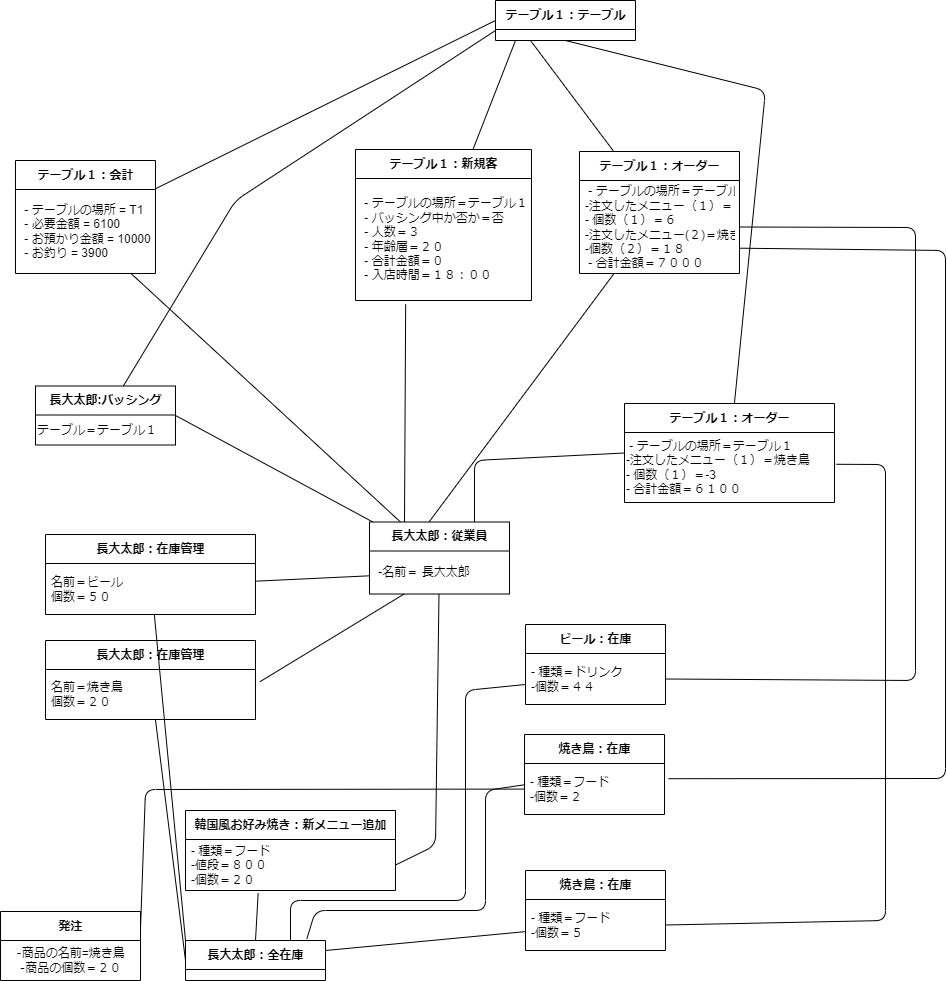
This is psp4/オブジェクト図/オブジェクト図ver2.drawio.png from MasakiHiguchi/---, a draw.io export, as it was before one commit. Source tidied: cells renumbered, new cells last; positions are measured from the earlier drawing's top-left corner, leaving out a move shared by most shapes.
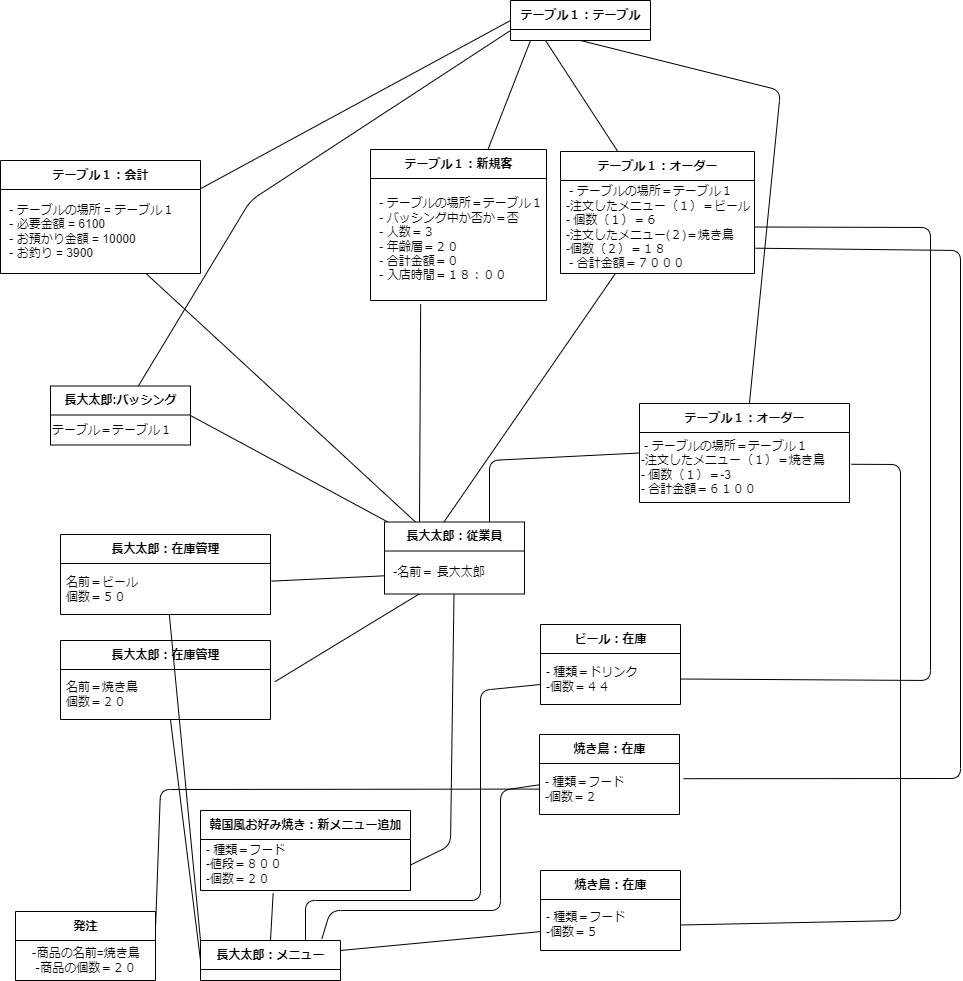
The same file after the commit.

Commit message:
5/26時点での変更

The edit, as a diff of the source:
```diff
@@ -28,10 +28,10 @@
       <mxGeometry relative="1" as="geometry" />
     </mxCell>
     <mxCell id="8" value="テーブル１：オーダー" style="swimlane;fontStyle=1;align=center;verticalAlign=middle;horizontal=1;startSize=29;html=1;" parent="1" vertex="1">
-      <mxGeometry x="579" y="151" width="160" height="122" as="geometry" />
+      <mxGeometry x="545" y="151" width="194" height="122" as="geometry" />
     </mxCell>
     <mxCell id="9" value="&amp;nbsp;- テーブルの場所＝テーブル１&lt;br&gt;-注文したメニュー（１）＝ビール&amp;nbsp;&lt;br&gt;-&amp;nbsp;個数（１）＝６&lt;br&gt;-注文したメニュー(２)＝焼き鳥&lt;br&gt;-個数（２）＝１８&lt;br&gt;&amp;nbsp;- 合計金額＝７０００" style="text;html=1;strokeColor=none;fillColor=none;align=left;verticalAlign=middle;spacingLeft=4;spacingRight=4;overflow=hidden;points=[[0,0.5],[1,0.5]];portConstraint=eastwest;" parent="8" vertex="1">
-      <mxGeometry y="29" width="160" height="93" as="geometry" />
+      <mxGeometry y="29" width="194" height="93" as="geometry" />
     </mxCell>
     <mxCell id="10" style="edgeStyle=none;html=1;exitX=0.25;exitY=0;exitDx=0;exitDy=0;entryX=0.285;entryY=1.031;entryDx=0;entryDy=0;entryPerimeter=0;endArrow=none;endFill=0;" parent="1" edge="1" source="14" target="4">
       <mxGeometry relative="1" as="geometry" />
@@ -137,7 +137,7 @@
     <mxCell id="32" value="- 種類＝フード&lt;br&gt;-値段＝８００&lt;br&gt;-個数＝２０" style="text;html=1;strokeColor=none;fillColor=none;align=left;verticalAlign=middle;spacingLeft=4;spacingRight=4;overflow=hidden;points=[[0,0.5],[1,0.5]];portConstraint=eastwest;" parent="31" vertex="1">
       <mxGeometry y="29" width="210" height="51" as="geometry" />
     </mxCell>
-    <mxCell id="33" value="長大太郎：全在庫" style="swimlane;fontStyle=1;align=center;verticalAlign=middle;horizontal=1;startSize=29;html=1;" parent="1" vertex="1">
+    <mxCell id="33" value="長大太郎：メニュー" style="swimlane;fontStyle=1;align=center;verticalAlign=middle;horizontal=1;startSize=29;html=1;" parent="1" vertex="1">
       <mxGeometry x="185" y="940" width="140" height="40" as="geometry" />
     </mxCell>
     <mxCell id="34" style="edgeStyle=none;rounded=1;sketch=0;hachureGap=4;jiggle=2;curveFitting=1;html=1;entryX=1;entryY=0.25;entryDx=0;entryDy=0;fontFamily=Architects Daughter;fontSource=https%3A%2F%2Ffonts.googleapis.com%2Fcss%3Ffamily%3DArchitects%2BDaughter;fontSize=16;endArrow=none;endFill=0;" parent="1" edge="1" source="28" target="33">
@@ -160,10 +160,10 @@
       </mxGeometry>
     </mxCell>
     <mxCell id="39" value="テーブル１：会計" style="swimlane;fontStyle=1;align=center;verticalAlign=middle;horizontal=1;startSize=29;html=1;" parent="1" vertex="1">
-      <mxGeometry x="15" y="160" width="140" height="113" as="geometry" />
+      <mxGeometry x="-15" y="160" width="200" height="113" as="geometry" />
     </mxCell>
-    <mxCell id="40" value="&amp;nbsp;- テーブルの場所 = T1&lt;br&gt;&amp;nbsp;- 必要金額 = 6100&lt;br&gt;&amp;nbsp;- お預かり金額 = 10000&lt;br&gt;&amp;nbsp;- お釣り = 3900" style="text;html=1;strokeColor=none;fillColor=none;align=left;verticalAlign=middle;spacingLeft=4;spacingRight=4;overflow=hidden;points=[[0,0.5],[1,0.5]];portConstraint=eastwest;" parent="39" vertex="1">
-      <mxGeometry y="29" width="140" height="84" as="geometry" />
+    <mxCell id="40" value="&amp;nbsp;- テーブルの場所 = テーブル１&lt;br&gt;&amp;nbsp;- 必要金額 = 6100&lt;br&gt;&amp;nbsp;- お預かり金額 = 10000&lt;br&gt;&amp;nbsp;- お釣り = 3900" style="text;html=1;strokeColor=none;fillColor=none;align=left;verticalAlign=middle;spacingLeft=4;spacingRight=4;overflow=hidden;points=[[0,0.5],[1,0.5]];portConstraint=eastwest;" parent="39" vertex="1">
+      <mxGeometry y="29" width="200" height="84" as="geometry" />
     </mxCell>
     <mxCell id="41" style="edgeStyle=none;html=1;exitX=0;exitY=0.5;exitDx=0;exitDy=0;entryX=1;entryY=0.25;entryDx=0;entryDy=0;endArrow=none;endFill=0;" parent="1" edge="1" source="35" target="39">
       <mxGeometry relative="1" as="geometry" />
```
